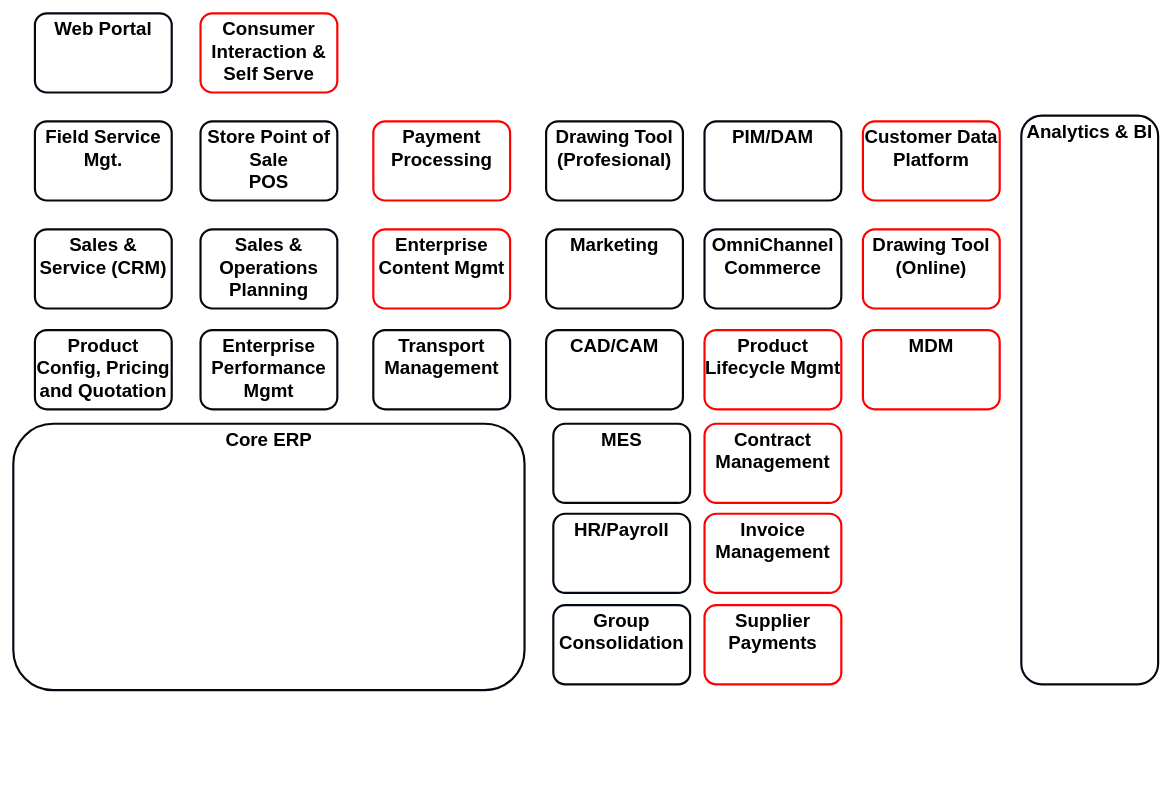
Above: page "Accenture Missing" (8 of 10) of Polaris Starter.drawio in mrf742002/Diagrams (draw.io), before the change. Source tidied: cells renumbered, new cells numbered last; positions are measured from the earlier drawing's top-left corner, leaving out a move shared by most shapes. Both pictures are drawn from the tidied source at 72%, with x=0, y=0 at pixel (13, 13).
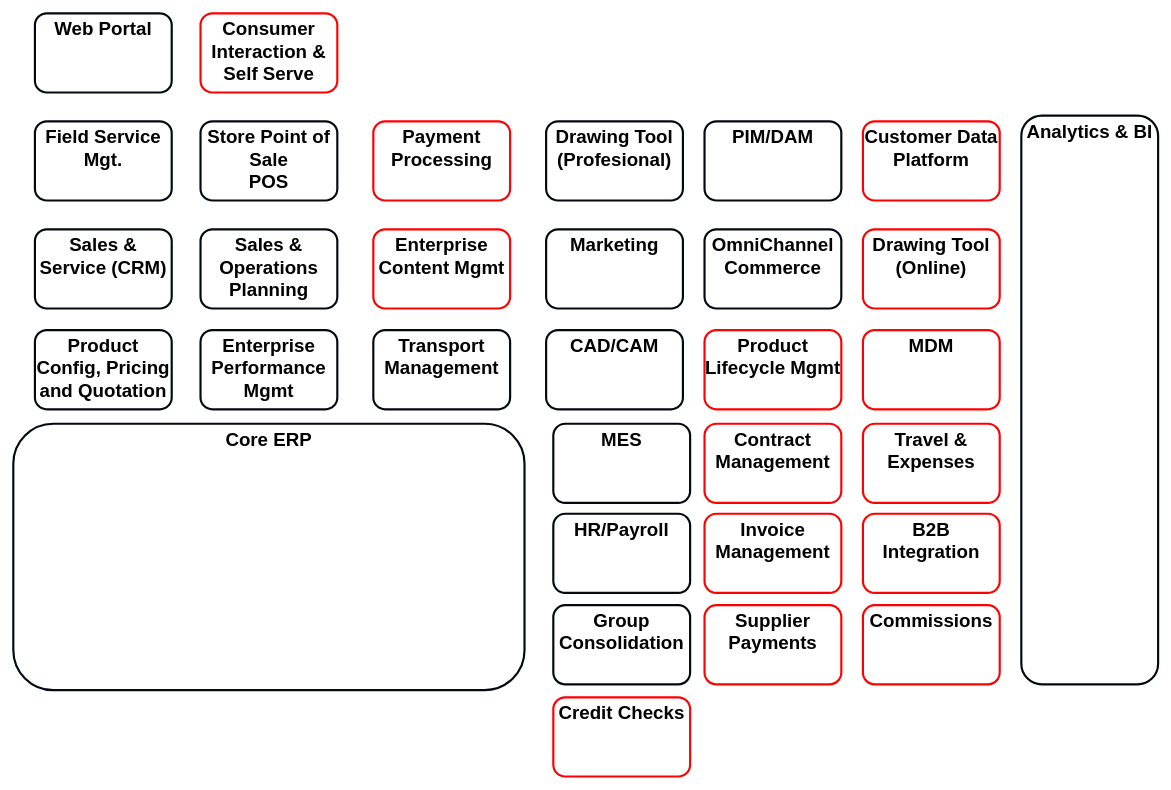
After the change.

Change to the diagram source:
```diff
@@
+    <mxCell id="30" value="&lt;b style=&quot;font-size: 26px&quot;&gt;B2B Integration&lt;br style=&quot;font-size: 26px&quot;&gt;&lt;/b&gt;" style="rounded=1;whiteSpace=wrap;html=1;verticalAlign=top;strokeWidth=3;fontSize=26;strokeColor=#FF0000;" parent="1" vertex="1">
+      <mxGeometry x="1180" y="695" width="190" height="110" as="geometry" />
+    </mxCell>
+    <mxCell id="31" value="&lt;b style=&quot;font-size: 26px&quot;&gt;Commissions&lt;br style=&quot;font-size: 26px&quot;&gt;&lt;/b&gt;" style="rounded=1;whiteSpace=wrap;html=1;verticalAlign=top;strokeWidth=3;fontSize=26;strokeColor=#FF0000;" parent="1" vertex="1">
+      <mxGeometry x="1180" y="822" width="190" height="110" as="geometry" />
+    </mxCell>
+    <mxCell id="32" value="&lt;b style=&quot;font-size: 26px&quot;&gt;Travel &amp;amp; Expenses&lt;br style=&quot;font-size: 26px&quot;&gt;&lt;/b&gt;" style="rounded=1;whiteSpace=wrap;html=1;verticalAlign=top;strokeWidth=3;fontSize=26;strokeColor=#FF0000;" parent="1" vertex="1">
+      <mxGeometry x="1180" y="570" width="190" height="110" as="geometry" />
+    </mxCell>
+    <mxCell id="33" value="&lt;b style=&quot;font-size: 26px&quot;&gt;Credit Checks&lt;br style=&quot;font-size: 26px&quot;&gt;&lt;/b&gt;" style="rounded=1;whiteSpace=wrap;html=1;verticalAlign=top;strokeWidth=3;fontSize=26;strokeColor=#FF0000;" parent="1" vertex="1">
+      <mxGeometry x="750" y="950" width="190" height="110" as="geometry" />
+    </mxCell>
```
